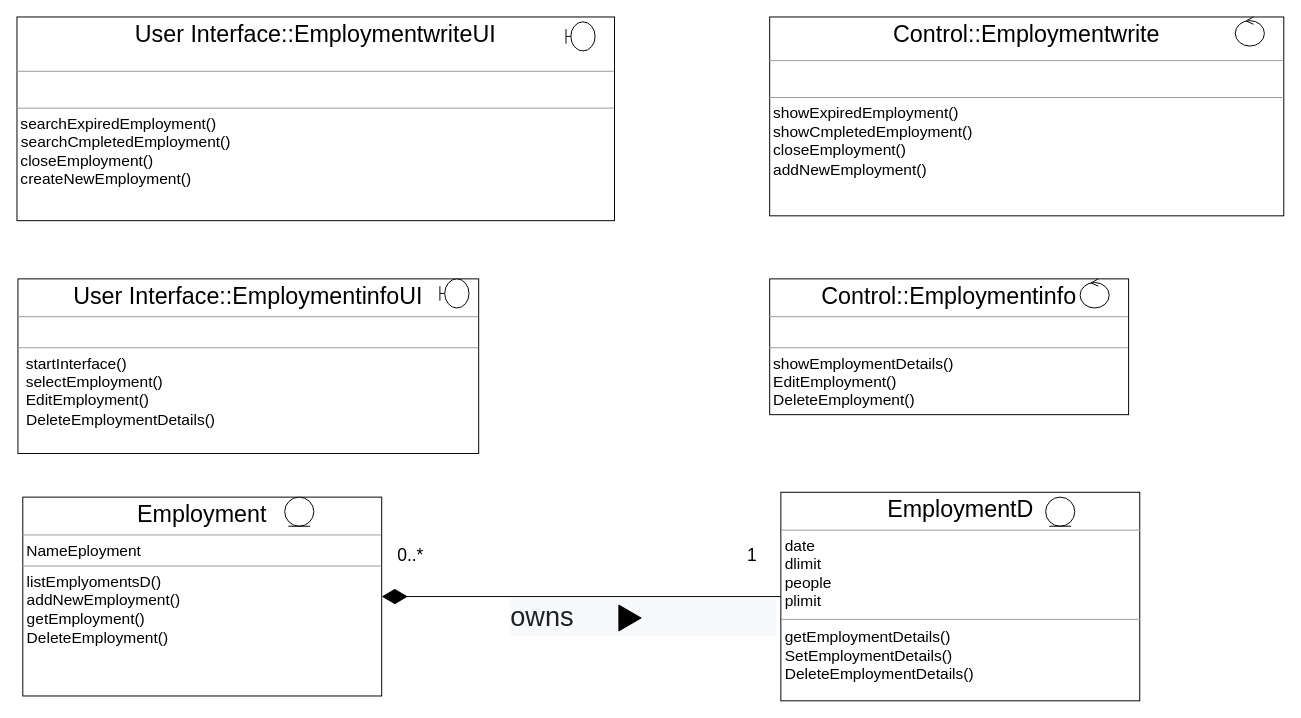
yongun2/2023-hongik-software-engineering keeps this draw.io diagram as class-diagram-GOS.drawio. Above is the earlier version. Source tidied: cells renumbered, new cells numbered last; positions are measured from the earlier drawing's top-left corner, leaving out a move shared by most shapes. Both pictures are drawn from the tidied source at 97%, with x=0, y=0 at pixel (16, 16).
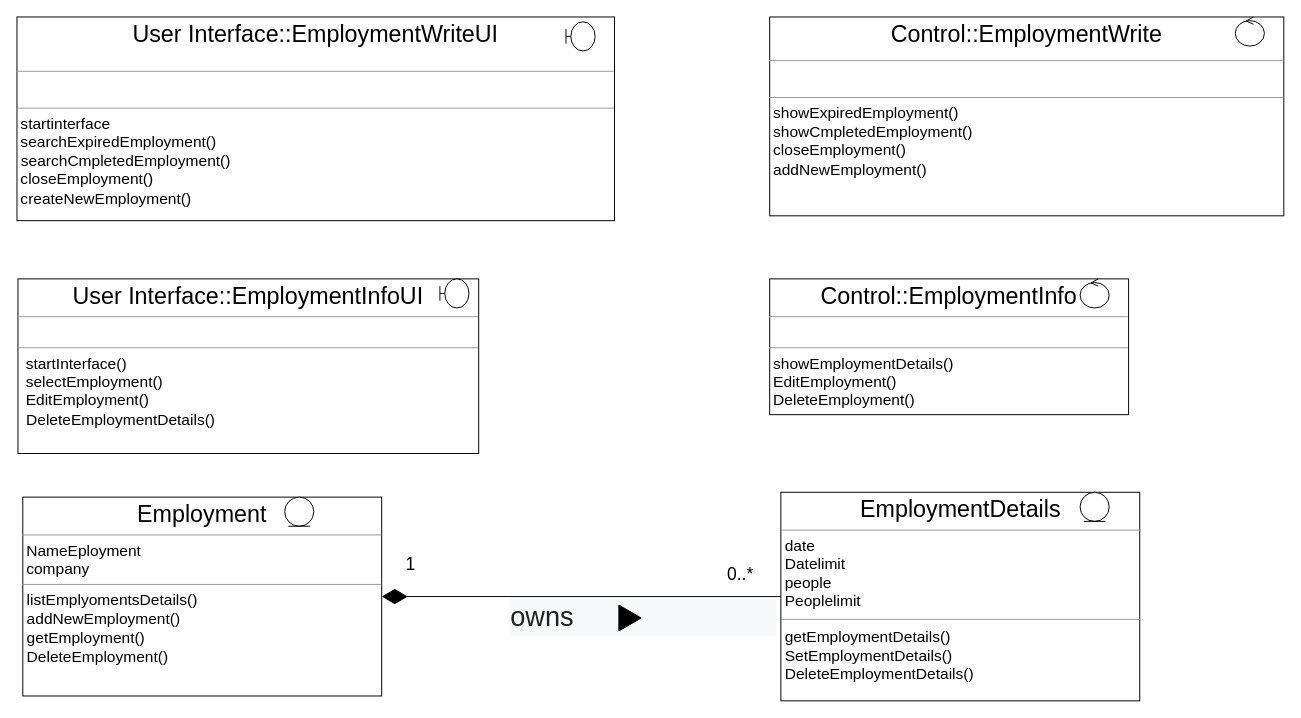
The same page after the edit.

Diff of the diagram source:
```diff
@@
-    <mxCell id="2" value="&lt;p style=&quot;border-color: var(--border-color); text-align: center; margin: 4px 0px 0px;&quot;&gt;&lt;font style=&quot;font-size: 24px;&quot;&gt;&lt;span style=&quot;background-color: initial; border-color: var(--border-color);&quot;&gt;User Interface::EmploymentwriteUI&lt;/span&gt;&lt;/font&gt;&lt;/p&gt;&lt;br&gt;&lt;hr style=&quot;font-size: 18px;&quot; size=&quot;1&quot;&gt;&lt;p style=&quot;margin: 0px 0px 0px 4px; font-size: 18px;&quot;&gt;&lt;font style=&quot;font-size: 18px;&quot;&gt;&lt;br&gt;&lt;/font&gt;&lt;/p&gt;&lt;hr size=&quot;1&quot;&gt;&lt;p style=&quot;border-color: var(--border-color); margin: 0px 0px 0px 4px; font-size: 16px;&quot;&gt;&lt;font style=&quot;font-size: 16px;&quot;&gt;&lt;font style=&quot;border-color: var(--border-color); text-align: center; font-size: 16px;&quot;&gt;searchExpiredEmployment&lt;/font&gt;()&lt;br style=&quot;border-color: var(--border-color);&quot;&gt;&lt;/font&gt;&lt;/p&gt;&lt;font style=&quot;font-size: 16px;&quot;&gt;&lt;font style=&quot;border-color: var(--border-color); text-align: center; font-size: 16px;&quot;&gt;&amp;nbsp;searchCmpleted&lt;/font&gt;Employment()&lt;br&gt;&lt;/font&gt;&lt;p style=&quot;border-color: var(--border-color); margin: 0px 0px 0px 4px; font-size: 16px;&quot;&gt;&lt;font style=&quot;font-size: 16px;&quot;&gt;closeEmployment()&lt;/font&gt;&lt;/p&gt;&lt;p style=&quot;border-color: var(--border-color); margin: 0px 0px 0px 4px; font-size: 16px;&quot;&gt;&lt;font style=&quot;background-color: initial; border-color: var(--border-color); text-align: center;&quot;&gt;createNew&lt;/font&gt;&lt;span style=&quot;background-color: initial;&quot;&gt;Employment()&lt;/span&gt;&lt;/p&gt;" style="verticalAlign=top;align=left;overflow=fill;fontSize=12;fontFamily=Helvetica;html=1;whiteSpace=wrap;" parent="1" vertex="1">
+    <mxCell id="2" value="&lt;p style=&quot;border-color: var(--border-color); text-align: center; margin: 4px 0px 0px;&quot;&gt;&lt;font style=&quot;font-size: 24px;&quot;&gt;&lt;span style=&quot;background-color: initial; border-color: var(--border-color);&quot;&gt;User Interface::EmploymentWriteUI&lt;/span&gt;&lt;/font&gt;&lt;/p&gt;&lt;br&gt;&lt;hr style=&quot;font-size: 18px;&quot; size=&quot;1&quot;&gt;&lt;p style=&quot;margin: 0px 0px 0px 4px; font-size: 18px;&quot;&gt;&lt;font style=&quot;font-size: 18px;&quot;&gt;&lt;br&gt;&lt;/font&gt;&lt;/p&gt;&lt;hr size=&quot;1&quot;&gt;&lt;p style=&quot;border-color: var(--border-color); margin: 0px 0px 0px 4px; font-size: 16px;&quot;&gt;&lt;font style=&quot;font-size: 16px;&quot;&gt;&lt;font style=&quot;border-color: var(--border-color); text-align: center; font-size: 16px;&quot;&gt;startinterface&lt;/font&gt;&lt;/font&gt;&lt;/p&gt;&lt;p style=&quot;border-color: var(--border-color); margin: 0px 0px 0px 4px; font-size: 16px;&quot;&gt;&lt;font style=&quot;font-size: 16px;&quot;&gt;&lt;font style=&quot;border-color: var(--border-color); text-align: center; font-size: 16px;&quot;&gt;searchExpiredEmployment&lt;/font&gt;()&lt;br style=&quot;border-color: var(--border-color);&quot;&gt;&lt;/font&gt;&lt;/p&gt;&lt;font style=&quot;font-size: 16px;&quot;&gt;&lt;font style=&quot;border-color: var(--border-color); text-align: center; font-size: 16px;&quot;&gt;&amp;nbsp;searchCmpleted&lt;/font&gt;Employment()&lt;br&gt;&lt;/font&gt;&lt;p style=&quot;border-color: var(--border-color); margin: 0px 0px 0px 4px; font-size: 16px;&quot;&gt;&lt;font style=&quot;font-size: 16px;&quot;&gt;closeEmployment()&lt;/font&gt;&lt;/p&gt;&lt;p style=&quot;border-color: var(--border-color); margin: 0px 0px 0px 4px; font-size: 16px;&quot;&gt;&lt;font style=&quot;background-color: initial; border-color: var(--border-color); text-align: center;&quot;&gt;createNew&lt;/font&gt;&lt;span style=&quot;background-color: initial;&quot;&gt;Employment()&lt;/span&gt;&lt;/p&gt;" style="verticalAlign=top;align=left;overflow=fill;fontSize=12;fontFamily=Helvetica;html=1;whiteSpace=wrap;" parent="1" vertex="1">
       <mxGeometry width="616" height="210" as="geometry" />
     </mxCell>
-    <mxCell id="3" value="&lt;p style=&quot;border-color: var(--border-color); text-align: center; margin: 4px 0px 0px; font-size: 24px;&quot;&gt;&lt;font style=&quot;font-size: 24px;&quot;&gt;&lt;font style=&quot;font-size: 24px;&quot;&gt;&lt;span style=&quot;background-color: initial;&quot;&gt;Control::&lt;/span&gt;&lt;/font&gt;&lt;span style=&quot;background-color: initial;&quot;&gt;Employmentwrite&lt;/span&gt;&lt;/font&gt;&lt;/p&gt;&lt;hr style=&quot;font-size: 24px;&quot; size=&quot;1&quot;&gt;&lt;p style=&quot;margin:0px;margin-left:4px;&quot;&gt;&lt;font size=&quot;3&quot;&gt;&lt;br&gt;&lt;/font&gt;&lt;/p&gt;&lt;hr size=&quot;1&quot;&gt;&lt;p style=&quot;border-color: var(--border-color); margin: 0px 0px 0px 4px; font-size: 16px;&quot;&gt;&lt;font style=&quot;font-size: 16px;&quot;&gt;&lt;font style=&quot;border-color: var(--border-color); text-align: center; font-size: 16px;&quot;&gt;showExpired&lt;/font&gt;&lt;font style=&quot;border-color: var(--border-color); text-align: center; font-size: 16px;&quot;&gt;Employment()&lt;/font&gt;&lt;br&gt;&lt;/font&gt;&lt;/p&gt;&lt;p style=&quot;border-color: var(--border-color); margin: 0px 0px 0px 4px; font-size: 16px;&quot;&gt;&lt;font style=&quot;font-size: 16px;&quot;&gt;&lt;font style=&quot;border-color: var(--border-color); text-align: center; font-size: 16px;&quot;&gt;&lt;font style=&quot;border-color: var(--border-color); font-size: 16px;&quot;&gt;show&lt;/font&gt;&lt;font style=&quot;border-color: var(--border-color); font-size: 16px;&quot;&gt;Cmpleted&lt;/font&gt;Employment()&lt;/font&gt;&lt;br&gt;&lt;/font&gt;&lt;/p&gt;&lt;p style=&quot;border-color: var(--border-color); margin: 0px 0px 0px 4px; font-size: 16px;&quot;&gt;&lt;font style=&quot;font-size: 16px;&quot;&gt;closeEmployment()&lt;br&gt;&lt;/font&gt;&lt;/p&gt;&lt;p style=&quot;border-color: var(--border-color); margin: 0px 0px 0px 4px; font-size: 16px;&quot;&gt;&lt;font style=&quot;font-size: 16px;&quot;&gt;&lt;font style=&quot;border-color: var(--border-color); text-align: center; font-size: 16px;&quot;&gt;addNew&lt;/font&gt;&lt;font style=&quot;border-color: var(--border-color); text-align: center; font-size: 16px;&quot;&gt;Employment()&lt;/font&gt;&lt;/font&gt;&lt;br&gt;&lt;/p&gt;" style="verticalAlign=top;align=left;overflow=fill;fontSize=12;fontFamily=Helvetica;html=1;whiteSpace=wrap;" parent="1" vertex="1">
+    <mxCell id="3" value="&lt;p style=&quot;border-color: var(--border-color); text-align: center; margin: 4px 0px 0px; font-size: 24px;&quot;&gt;&lt;font style=&quot;font-size: 24px;&quot;&gt;&lt;font style=&quot;font-size: 24px;&quot;&gt;&lt;span style=&quot;background-color: initial;&quot;&gt;Control::&lt;/span&gt;&lt;/font&gt;&lt;span style=&quot;background-color: initial;&quot;&gt;EmploymentWrite&lt;/span&gt;&lt;/font&gt;&lt;/p&gt;&lt;hr style=&quot;font-size: 24px;&quot; size=&quot;1&quot;&gt;&lt;p style=&quot;margin:0px;margin-left:4px;&quot;&gt;&lt;font size=&quot;3&quot;&gt;&lt;br&gt;&lt;/font&gt;&lt;/p&gt;&lt;hr size=&quot;1&quot;&gt;&lt;p style=&quot;border-color: var(--border-color); margin: 0px 0px 0px 4px; font-size: 16px;&quot;&gt;&lt;font style=&quot;font-size: 16px;&quot;&gt;&lt;font style=&quot;border-color: var(--border-color); text-align: center; font-size: 16px;&quot;&gt;showExpired&lt;/font&gt;&lt;font style=&quot;border-color: var(--border-color); text-align: center; font-size: 16px;&quot;&gt;Employment()&lt;/font&gt;&lt;br&gt;&lt;/font&gt;&lt;/p&gt;&lt;p style=&quot;border-color: var(--border-color); margin: 0px 0px 0px 4px; font-size: 16px;&quot;&gt;&lt;font style=&quot;font-size: 16px;&quot;&gt;&lt;font style=&quot;border-color: var(--border-color); text-align: center; font-size: 16px;&quot;&gt;&lt;font style=&quot;border-color: var(--border-color); font-size: 16px;&quot;&gt;show&lt;/font&gt;&lt;font style=&quot;border-color: var(--border-color); font-size: 16px;&quot;&gt;Cmpleted&lt;/font&gt;Employment()&lt;/font&gt;&lt;br&gt;&lt;/font&gt;&lt;/p&gt;&lt;p style=&quot;border-color: var(--border-color); margin: 0px 0px 0px 4px; font-size: 16px;&quot;&gt;&lt;font style=&quot;font-size: 16px;&quot;&gt;closeEmployment()&lt;br&gt;&lt;/font&gt;&lt;/p&gt;&lt;p style=&quot;border-color: var(--border-color); margin: 0px 0px 0px 4px; font-size: 16px;&quot;&gt;&lt;font style=&quot;font-size: 16px;&quot;&gt;&lt;font style=&quot;border-color: var(--border-color); text-align: center; font-size: 16px;&quot;&gt;addNew&lt;/font&gt;&lt;font style=&quot;border-color: var(--border-color); text-align: center; font-size: 16px;&quot;&gt;Employment()&lt;/font&gt;&lt;/font&gt;&lt;br&gt;&lt;/p&gt;" style="verticalAlign=top;align=left;overflow=fill;fontSize=12;fontFamily=Helvetica;html=1;whiteSpace=wrap;" parent="1" vertex="1">
       <mxGeometry x="776" width="530" height="205" as="geometry" />
     </mxCell>
-    <mxCell id="4" value="&lt;p style=&quot;border-color: var(--border-color); text-align: center; margin: 4px 0px 0px;&quot;&gt;&lt;font style=&quot;font-size: 24px;&quot;&gt;Employment&lt;br&gt;&lt;/font&gt;&lt;/p&gt;&lt;hr size=&quot;1&quot;&gt;&lt;p style=&quot;margin: 0px 0px 0px 4px; font-size: 16px;&quot;&gt;&lt;font style=&quot;font-size: 16px;&quot;&gt;NameEployment&lt;/font&gt;&lt;/p&gt;&lt;hr size=&quot;1&quot;&gt;&lt;p style=&quot;border-color: var(--border-color); margin: 0px 0px 0px 4px; font-size: 16px;&quot;&gt;&lt;/p&gt;&lt;font style=&quot;font-size: 16px;&quot;&gt;&amp;nbsp;listEmplyomentsD()&lt;br&gt;&lt;span style=&quot;text-align: center;&quot;&gt;&amp;nbsp;addNewEmployment()&lt;/span&gt;&lt;span style=&quot;background-color: initial;&quot;&gt;&lt;br&gt;&lt;/span&gt;&amp;nbsp;getEmployment()&lt;br&gt;&lt;font style=&quot;border-color: var(--border-color); text-align: center; font-size: 16px;&quot;&gt;&amp;nbsp;Delete&lt;/font&gt;Employment()&lt;br&gt;&lt;/font&gt;" style="verticalAlign=top;align=left;overflow=fill;fontSize=12;fontFamily=Helvetica;html=1;whiteSpace=wrap;" parent="1" vertex="1">
+    <mxCell id="4" value="&lt;p style=&quot;border-color: var(--border-color); text-align: center; margin: 4px 0px 0px;&quot;&gt;&lt;font style=&quot;font-size: 24px;&quot;&gt;Employment&lt;br&gt;&lt;/font&gt;&lt;/p&gt;&lt;hr size=&quot;1&quot;&gt;&lt;p style=&quot;margin: 0px 0px 0px 4px; font-size: 16px;&quot;&gt;&lt;font style=&quot;font-size: 16px;&quot;&gt;NameEployment&lt;/font&gt;&lt;/p&gt;&lt;p style=&quot;margin: 0px 0px 0px 4px; font-size: 16px;&quot;&gt;&lt;font style=&quot;font-size: 16px;&quot;&gt;company&lt;/font&gt;&lt;/p&gt;&lt;hr size=&quot;1&quot;&gt;&lt;p style=&quot;border-color: var(--border-color); margin: 0px 0px 0px 4px; font-size: 16px;&quot;&gt;&lt;/p&gt;&lt;font style=&quot;font-size: 16px;&quot;&gt;&amp;nbsp;listEmplyomentsDetails()&lt;br&gt;&lt;span style=&quot;text-align: center;&quot;&gt;&amp;nbsp;addNewEmployment()&lt;/span&gt;&lt;span style=&quot;background-color: initial;&quot;&gt;&lt;br&gt;&lt;/span&gt;&amp;nbsp;getEmployment()&lt;br&gt;&lt;font style=&quot;border-color: var(--border-color); text-align: center; font-size: 16px;&quot;&gt;&amp;nbsp;Delete&lt;/font&gt;Employment()&lt;br&gt;&lt;/font&gt;" style="verticalAlign=top;align=left;overflow=fill;fontSize=12;fontFamily=Helvetica;html=1;whiteSpace=wrap;" parent="1" vertex="1">
       <mxGeometry x="6" y="495" width="370" height="205" as="geometry" />
     </mxCell>
-    <mxCell id="5" value="&lt;p style=&quot;border-color: var(--border-color); text-align: center; margin: 4px 0px 0px;&quot;&gt;&lt;span style=&quot;background-color: initial;&quot;&gt;&lt;font style=&quot;font-size: 24px;&quot;&gt;EmploymentD&lt;/font&gt;&lt;/span&gt;&lt;/p&gt;&lt;hr size=&quot;1&quot;&gt;&lt;p style=&quot;border-color: var(--border-color); margin: 0px 0px 0px 4px; font-size: 16px;&quot;&gt;&lt;font style=&quot;border-color: var(--border-color);&quot;&gt;date&lt;/font&gt;&lt;/p&gt;&lt;p style=&quot;border-color: var(--border-color); margin: 0px 0px 0px 4px; font-size: 16px;&quot;&gt;&lt;font style=&quot;border-color: var(--border-color);&quot;&gt;dlimit&lt;/font&gt;&lt;/p&gt;&lt;p style=&quot;border-color: var(--border-color); margin: 0px 0px 0px 4px; font-size: 16px;&quot;&gt;&lt;font style=&quot;border-color: var(--border-color);&quot;&gt;people&lt;/font&gt;&lt;/p&gt;&lt;p style=&quot;border-color: var(--border-color); margin: 0px 0px 0px 4px; font-size: 16px;&quot;&gt;&lt;font style=&quot;border-color: var(--border-color);&quot;&gt;plimit&lt;/font&gt;&lt;/p&gt;&lt;hr style=&quot;font-size: 16px;&quot; size=&quot;1&quot;&gt;&lt;p style=&quot;border-color: var(--border-color); margin: 0px 0px 0px 4px; font-size: 16px;&quot;&gt;&lt;font style=&quot;font-size: 16px;&quot;&gt;getEmploymentDetails()&lt;/font&gt;&lt;/p&gt;&lt;p style=&quot;border-color: var(--border-color); margin: 0px 0px 0px 4px; font-size: 16px;&quot;&gt;&lt;font style=&quot;font-size: 16px;&quot;&gt;SetEmploymentDetails()&lt;br&gt;&lt;/font&gt;&lt;/p&gt;&lt;p style=&quot;border-color: var(--border-color); margin: 0px 0px 0px 4px; font-size: 16px;&quot;&gt;&lt;font style=&quot;font-size: 16px;&quot;&gt;&lt;font style=&quot;border-color: var(--border-color); text-align: center; font-size: 16px;&quot;&gt;DeleteEmploymentDetails()&lt;/font&gt;&lt;/font&gt;&lt;/p&gt;" style="verticalAlign=top;align=left;overflow=fill;fontSize=12;fontFamily=Helvetica;html=1;whiteSpace=wrap;" parent="1" vertex="1">
+    <mxCell id="5" value="&lt;p style=&quot;border-color: var(--border-color); text-align: center; margin: 4px 0px 0px;&quot;&gt;&lt;span style=&quot;background-color: initial;&quot;&gt;&lt;font style=&quot;font-size: 24px;&quot;&gt;EmploymentDetails&lt;/font&gt;&lt;/span&gt;&lt;/p&gt;&lt;hr size=&quot;1&quot;&gt;&lt;p style=&quot;border-color: var(--border-color); margin: 0px 0px 0px 4px; font-size: 16px;&quot;&gt;&lt;font style=&quot;border-color: var(--border-color);&quot;&gt;date&lt;/font&gt;&lt;/p&gt;&lt;p style=&quot;border-color: var(--border-color); margin: 0px 0px 0px 4px; font-size: 16px;&quot;&gt;&lt;font style=&quot;border-color: var(--border-color);&quot;&gt;Datelimit&lt;/font&gt;&lt;/p&gt;&lt;p style=&quot;border-color: var(--border-color); margin: 0px 0px 0px 4px; font-size: 16px;&quot;&gt;&lt;font style=&quot;border-color: var(--border-color);&quot;&gt;people&lt;/font&gt;&lt;/p&gt;&lt;p style=&quot;border-color: var(--border-color); margin: 0px 0px 0px 4px; font-size: 16px;&quot;&gt;&lt;font style=&quot;border-color: var(--border-color);&quot;&gt;Peoplelimit&lt;/font&gt;&lt;/p&gt;&lt;hr style=&quot;font-size: 16px;&quot; size=&quot;1&quot;&gt;&lt;p style=&quot;border-color: var(--border-color); margin: 0px 0px 0px 4px; font-size: 16px;&quot;&gt;&lt;font style=&quot;font-size: 16px;&quot;&gt;getEmploymentDetails()&lt;/font&gt;&lt;/p&gt;&lt;p style=&quot;border-color: var(--border-color); margin: 0px 0px 0px 4px; font-size: 16px;&quot;&gt;&lt;font style=&quot;font-size: 16px;&quot;&gt;SetEmploymentDetails()&lt;br&gt;&lt;/font&gt;&lt;/p&gt;&lt;p style=&quot;border-color: var(--border-color); margin: 0px 0px 0px 4px; font-size: 16px;&quot;&gt;&lt;font style=&quot;font-size: 16px;&quot;&gt;&lt;font style=&quot;border-color: var(--border-color); text-align: center; font-size: 16px;&quot;&gt;DeleteEmploymentDetails()&lt;/font&gt;&lt;/font&gt;&lt;/p&gt;" style="verticalAlign=top;align=left;overflow=fill;fontSize=12;fontFamily=Helvetica;html=1;whiteSpace=wrap;" parent="1" vertex="1">
       <mxGeometry x="787.5" y="490" width="370" height="215" as="geometry" />
     </mxCell>
-    <mxCell id="6" value="&lt;p style=&quot;border-color: var(--border-color); text-align: center; margin: 4px 0px 0px;&quot;&gt;&lt;font style=&quot;font-size: 24px;&quot;&gt;&lt;span style=&quot;background-color: initial; border-color: var(--border-color);&quot;&gt;User Interface::Employmentinfo&lt;/span&gt;&lt;span style=&quot;background-color: initial; border-color: var(--border-color);&quot;&gt;UI&lt;/span&gt;&lt;br&gt;&lt;/font&gt;&lt;/p&gt;&lt;hr size=&quot;1&quot;&gt;&lt;p style=&quot;margin:0px;margin-left:4px;&quot;&gt;&lt;font size=&quot;3&quot;&gt;&lt;br&gt;&lt;/font&gt;&lt;/p&gt;&lt;hr size=&quot;1&quot;&gt;&lt;p style=&quot;border-color: var(--border-color); margin: 0px 0px 0px 4px; font-size: 16px;&quot;&gt;&lt;font style=&quot;font-size: 16px;&quot;&gt;&amp;nbsp;&lt;/font&gt;&lt;font style=&quot;font-size: 16px;&quot;&gt;startInterface()&lt;br&gt;&lt;/font&gt;&lt;/p&gt;&lt;p style=&quot;border-color: var(--border-color); margin: 0px 0px 0px 4px; font-size: 16px;&quot;&gt;&lt;font style=&quot;font-size: 16px;&quot;&gt;&amp;nbsp;selectEmployment()&lt;br&gt;&lt;/font&gt;&lt;/p&gt;&lt;p style=&quot;border-color: var(--border-color); margin: 0px 0px 0px 4px; font-size: 16px;&quot;&gt;&lt;font style=&quot;font-size: 16px;&quot;&gt;&lt;font style=&quot;border-color: var(--border-color); text-align: center; font-size: 16px;&quot;&gt;&amp;nbsp;Edit&lt;/font&gt;Employment()&lt;/font&gt;&lt;/p&gt;&lt;font style=&quot;font-size: 16px;&quot;&gt;&amp;nbsp; DeleteEmploymentDetails()&lt;/font&gt;" style="verticalAlign=top;align=left;overflow=fill;fontSize=12;fontFamily=Helvetica;html=1;whiteSpace=wrap;" parent="1" vertex="1">
+    <mxCell id="6" value="&lt;p style=&quot;border-color: var(--border-color); text-align: center; margin: 4px 0px 0px;&quot;&gt;&lt;font style=&quot;font-size: 24px;&quot;&gt;&lt;span style=&quot;background-color: initial; border-color: var(--border-color);&quot;&gt;User Interface::EmploymentInfo&lt;/span&gt;&lt;span style=&quot;background-color: initial; border-color: var(--border-color);&quot;&gt;UI&lt;/span&gt;&lt;br&gt;&lt;/font&gt;&lt;/p&gt;&lt;hr size=&quot;1&quot;&gt;&lt;p style=&quot;margin:0px;margin-left:4px;&quot;&gt;&lt;font size=&quot;3&quot;&gt;&lt;br&gt;&lt;/font&gt;&lt;/p&gt;&lt;hr size=&quot;1&quot;&gt;&lt;p style=&quot;border-color: var(--border-color); margin: 0px 0px 0px 4px; font-size: 16px;&quot;&gt;&lt;font style=&quot;font-size: 16px;&quot;&gt;&amp;nbsp;&lt;/font&gt;&lt;font style=&quot;font-size: 16px;&quot;&gt;startInterface()&lt;br&gt;&lt;/font&gt;&lt;/p&gt;&lt;p style=&quot;border-color: var(--border-color); margin: 0px 0px 0px 4px; font-size: 16px;&quot;&gt;&lt;font style=&quot;font-size: 16px;&quot;&gt;&amp;nbsp;selectEmployment()&lt;br&gt;&lt;/font&gt;&lt;/p&gt;&lt;p style=&quot;border-color: var(--border-color); margin: 0px 0px 0px 4px; font-size: 16px;&quot;&gt;&lt;font style=&quot;font-size: 16px;&quot;&gt;&lt;font style=&quot;border-color: var(--border-color); text-align: center; font-size: 16px;&quot;&gt;&amp;nbsp;Edit&lt;/font&gt;Employment()&lt;/font&gt;&lt;/p&gt;&lt;font style=&quot;font-size: 16px;&quot;&gt;&amp;nbsp; DeleteEmploymentDetails()&lt;/font&gt;" style="verticalAlign=top;align=left;overflow=fill;fontSize=12;fontFamily=Helvetica;html=1;whiteSpace=wrap;" parent="1" vertex="1">
       <mxGeometry x="1" y="270" width="475" height="180" as="geometry" />
     </mxCell>
-    <mxCell id="7" value="&lt;p style=&quot;border-color: var(--border-color); text-align: center; margin: 4px 0px 0px;&quot;&gt;&lt;font style=&quot;font-size: 24px;&quot;&gt;&lt;span style=&quot;background-color: initial;&quot;&gt;Control::Employmentinfo&lt;/span&gt;&lt;br&gt;&lt;/font&gt;&lt;/p&gt;&lt;hr size=&quot;1&quot;&gt;&lt;p style=&quot;margin:0px;margin-left:4px;&quot;&gt;&lt;font size=&quot;3&quot;&gt;&lt;br&gt;&lt;/font&gt;&lt;/p&gt;&lt;hr size=&quot;1&quot;&gt;&lt;p style=&quot;border-color: var(--border-color); margin: 0px 0px 0px 4px; font-size: 16px;&quot;&gt;&lt;font style=&quot;font-size: 16px;&quot;&gt;showEmploymentDetails()&lt;br&gt;&lt;/font&gt;&lt;/p&gt;&lt;p style=&quot;border-color: var(--border-color); margin: 0px 0px 0px 4px; font-size: 16px;&quot;&gt;&lt;font style=&quot;font-size: 16px;&quot;&gt;&lt;font style=&quot;border-color: var(--border-color); text-align: center; font-size: 16px;&quot;&gt;Edit&lt;/font&gt;Employment()&lt;/font&gt;&lt;/p&gt;&lt;p style=&quot;border-color: var(--border-color); margin: 0px 0px 0px 4px; font-size: 16px;&quot;&gt;&lt;font style=&quot;font-size: 16px;&quot;&gt;&lt;font style=&quot;background-color: initial; border-color: var(--border-color); text-align: center; font-size: 16px;&quot;&gt;Delete&lt;/font&gt;&lt;span style=&quot;background-color: initial;&quot;&gt;Employment()&lt;/span&gt;&lt;/font&gt;&lt;/p&gt;" style="verticalAlign=top;align=left;overflow=fill;fontSize=12;fontFamily=Helvetica;html=1;whiteSpace=wrap;" parent="1" vertex="1">
+    <mxCell id="7" value="&lt;p style=&quot;border-color: var(--border-color); text-align: center; margin: 4px 0px 0px;&quot;&gt;&lt;font style=&quot;font-size: 24px;&quot;&gt;&lt;span style=&quot;background-color: initial;&quot;&gt;Control::EmploymentInfo&lt;/span&gt;&lt;br&gt;&lt;/font&gt;&lt;/p&gt;&lt;hr size=&quot;1&quot;&gt;&lt;p style=&quot;margin:0px;margin-left:4px;&quot;&gt;&lt;font size=&quot;3&quot;&gt;&lt;br&gt;&lt;/font&gt;&lt;/p&gt;&lt;hr size=&quot;1&quot;&gt;&lt;p style=&quot;border-color: var(--border-color); margin: 0px 0px 0px 4px; font-size: 16px;&quot;&gt;&lt;font style=&quot;font-size: 16px;&quot;&gt;showEmploymentDetails()&lt;br&gt;&lt;/font&gt;&lt;/p&gt;&lt;p style=&quot;border-color: var(--border-color); margin: 0px 0px 0px 4px; font-size: 16px;&quot;&gt;&lt;font style=&quot;font-size: 16px;&quot;&gt;&lt;font style=&quot;border-color: var(--border-color); text-align: center; font-size: 16px;&quot;&gt;Edit&lt;/font&gt;Employment()&lt;/font&gt;&lt;/p&gt;&lt;p style=&quot;border-color: var(--border-color); margin: 0px 0px 0px 4px; font-size: 16px;&quot;&gt;&lt;font style=&quot;font-size: 16px;&quot;&gt;&lt;font style=&quot;background-color: initial; border-color: var(--border-color); text-align: center; font-size: 16px;&quot;&gt;Delete&lt;/font&gt;&lt;span style=&quot;background-color: initial;&quot;&gt;Employment()&lt;/span&gt;&lt;/font&gt;&lt;/p&gt;" style="verticalAlign=top;align=left;overflow=fill;fontSize=12;fontFamily=Helvetica;html=1;whiteSpace=wrap;" parent="1" vertex="1">
       <mxGeometry x="776" y="270" width="370" height="140" as="geometry" />
     </mxCell>
@@
     <mxCell id="9" value="&lt;font style=&quot;font-size: 18px;&quot;&gt;0..*&lt;/font&gt;" style="text;html=1;strokeColor=none;fillColor=none;align=center;verticalAlign=middle;whiteSpace=wrap;rounded=0;" parent="1" vertex="1">
-      <mxGeometry x="376" y="540" width="60" height="30" as="geometry" />
+      <mxGeometry x="716" y="560" width="60" height="30" as="geometry" />
     </mxCell>
@@
     <mxCell id="11" style="ellipse;shape=umlEntity;whiteSpace=wrap;html=1;" parent="1" vertex="1">
-      <mxGeometry x="1060.5" y="495" width="30" height="30" as="geometry" />
+      <mxGeometry x="1096" y="490" width="30" height="30" as="geometry" />
     </mxCell>
@@
     <mxCell id="18" value="&lt;font style=&quot;font-size: 18px;&quot;&gt;1&lt;/font&gt;" style="text;html=1;strokeColor=none;fillColor=none;align=center;verticalAlign=middle;whiteSpace=wrap;rounded=0;" parent="1" vertex="1">
-      <mxGeometry x="727.5" y="540" width="60" height="30" as="geometry" />
+      <mxGeometry x="376" y="550" width="60" height="30" as="geometry" />
     </mxCell>
```
